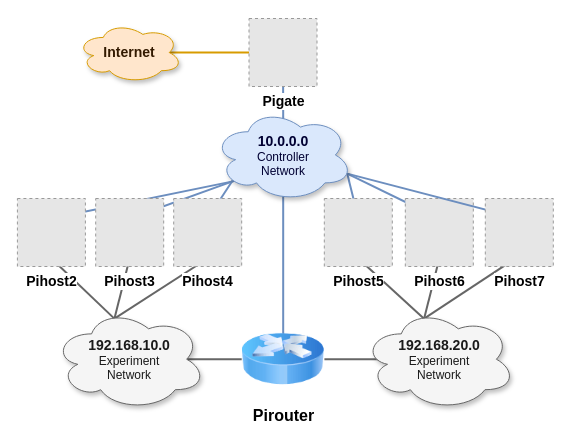
This is testbed/pi4_cluster/manual/images/network_topology.drawio from hikikones/DABE, a draw.io file, before an edit. Source tidied: cells renumbered, new cells numbered last; positions are measured from the earlier drawing's top-left corner, leaving out a move shared by most shapes. Both pictures are drawn from the tidied source at 100%, with x=0, y=0 at pixel (17, 18). Pictures stored in the file or linked from it are replaced by grey dashed boxes.
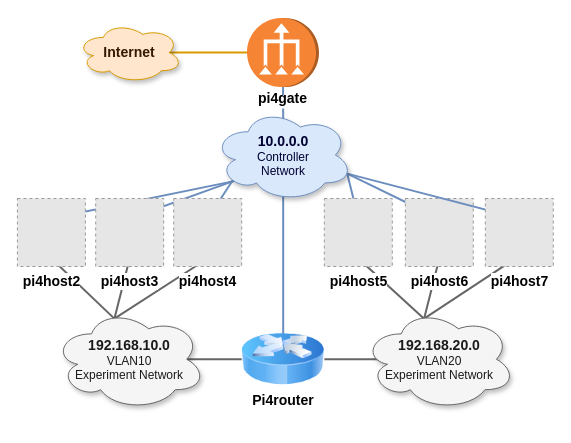
The same diagram, later.

The change refers to these unchanged cells:
```xml
<mxCell id="27" value="&lt;div&gt;&lt;font style=&quot;font-size: 14px&quot; color=&quot;#000033&quot;&gt;&lt;b&gt;&lt;font style=&quot;font-size: 14px&quot;&gt;10.0.0.0&lt;/font&gt;&lt;/b&gt;&lt;/font&gt;&lt;/div&gt;&lt;div&gt;&lt;font color=&quot;#000033&quot;&gt;Controller&lt;/font&gt;&lt;/div&gt;&lt;div&gt;&lt;font color=&quot;#000033&quot;&gt;Network&lt;br&gt;&lt;/font&gt;&lt;/div&gt;" style="ellipse;shape=cloud;whiteSpace=wrap;html=1;fillColor=#dae8fc;strokeColor=#6c8ebf;shadow=1;fontColor=#010103;labelBorderColor=none;" parent="1" vertex="1">
  <mxGeometry x="195.8" y="90" width="139.5" height="93" as="geometry" />
</mxCell>
<mxCell id="30" value="&lt;div align=&quot;center&quot;&gt;&lt;font color=&quot;#331A00&quot;&gt;&lt;b&gt;&lt;font style=&quot;font-size: 14px&quot;&gt;Internet&lt;/font&gt;&lt;/b&gt;&lt;/font&gt;&lt;/div&gt;" style="ellipse;shape=cloud;whiteSpace=wrap;html=1;align=center;fillColor=#ffe6cc;strokeColor=#d79b00;shadow=1;" parent="1" vertex="1">
  <mxGeometry x="59.4" y="3.8" width="105.5" height="60.5" as="geometry" />
</mxCell>
```

Change to the diagram source:
```diff
@@
-    <mxCell id="4" style="edgeStyle=none;rounded=0;jettySize=auto;html=1;entryX=0.501;entryY=0.323;entryDx=0;entryDy=0;entryPerimeter=0;endArrow=none;endFill=0;strokeWidth=2;fillColor=#dae8fc;strokeColor=#6c8ebf;exitX=0.502;exitY=0.735;exitDx=0;exitDy=0;exitPerimeter=0;" parent="1" edge="1" source="29" target="27">
+    <mxCell id="4" style="edgeStyle=none;rounded=0;jettySize=auto;html=1;entryX=0.501;entryY=0.323;entryDx=0;entryDy=0;entryPerimeter=0;endArrow=none;endFill=0;strokeWidth=2;fillColor=#dae8fc;strokeColor=#6c8ebf;exitX=0.502;exitY=0.735;exitDx=0;exitDy=0;exitPerimeter=0;" parent="1" edge="1" source="32" target="27">
       <mxGeometry relative="1" as="geometry" />
     </mxCell>
@@
-    <mxCell id="7" value="&lt;div style=&quot;font-size: 14px&quot; align=&quot;center&quot;&gt;&lt;font style=&quot;font-size: 14px&quot;&gt;&lt;b&gt;&lt;font style=&quot;font-size: 14px&quot;&gt;Pihost2&lt;/font&gt;&lt;/b&gt;&lt;/font&gt;&lt;/div&gt;" style="fillColor=#E6E6E6;strokeColor=#999999;dashed=1;html=1;verticalAlign=top;verticalLabelPosition=bottom;labelBackgroundColor=#ffffff;align=center;" parent="1" vertex="1">
+    <mxCell id="7" value="&lt;div style=&quot;font-size: 14px&quot; align=&quot;center&quot;&gt;&lt;font style=&quot;font-size: 14px&quot;&gt;&lt;b&gt;&lt;font style=&quot;font-size: 14px&quot;&gt;pi4host2&lt;/font&gt;&lt;/b&gt;&lt;/font&gt;&lt;/div&gt;" style="fillColor=#E6E6E6;strokeColor=#999999;dashed=1;html=1;verticalAlign=top;verticalLabelPosition=bottom;labelBackgroundColor=#ffffff;align=center;" parent="1" vertex="1">
       <mxGeometry x="-0.1" y="180" width="68" height="68" as="geometry" />
     </mxCell>
@@
-    <mxCell id="9" value="&lt;div&gt;&lt;font style=&quot;font-size: 14px&quot; color=&quot;#1A1A1A&quot;&gt;&lt;b&gt;&lt;font style=&quot;font-size: 14px&quot;&gt;192.168.10.0&lt;/font&gt;&lt;/b&gt;&lt;/font&gt;&lt;/div&gt;&lt;div&gt;&lt;font color=&quot;#1A1A1A&quot;&gt;Experiment&lt;/font&gt;&lt;/div&gt;&lt;div&gt;&lt;font color=&quot;#1A1A1A&quot;&gt;Network&lt;br&gt;&lt;/font&gt;&lt;/div&gt;" style="ellipse;shape=cloud;whiteSpace=wrap;html=1;shadow=1;fillColor=#f5f5f5;strokeColor=#666666;fontColor=#333333;" parent="1" vertex="1">
+    <mxCell id="9" value="&lt;div&gt;&lt;font style=&quot;font-size: 14px&quot; color=&quot;#1A1A1A&quot;&gt;&lt;b&gt;&lt;font style=&quot;font-size: 14px&quot;&gt;192.168.10.0&lt;/font&gt;&lt;/b&gt;&lt;/font&gt;&lt;/div&gt;&lt;div&gt;&lt;font color=&quot;#1A1A1A&quot;&gt;VLAN10&lt;/font&gt;&lt;/div&gt;&lt;div&gt;&lt;font color=&quot;#1A1A1A&quot;&gt;Experiment Network&lt;br&gt;&lt;/font&gt;&lt;/div&gt;" style="ellipse;shape=cloud;whiteSpace=wrap;html=1;shadow=1;fillColor=#f5f5f5;strokeColor=#666666;fontColor=#333333;" parent="1" vertex="1">
       <mxGeometry x="36" y="290" width="152.2" height="101.5" as="geometry" />
     </mxCell>
@@
-    <mxCell id="11" value="&lt;font style=&quot;font-size: 14px&quot;&gt;&lt;b&gt;&lt;font style=&quot;font-size: 14px&quot;&gt;Pihost3&lt;/font&gt;&lt;/b&gt;&lt;/font&gt;" style="fillColor=#E6E6E6;strokeColor=#999999;dashed=1;html=1;verticalAlign=top;verticalLabelPosition=bottom;labelBackgroundColor=#ffffff;" parent="1" vertex="1">
+    <mxCell id="11" value="&lt;font style=&quot;font-size: 14px&quot;&gt;&lt;b&gt;&lt;font style=&quot;font-size: 14px&quot;&gt;pi4host3&lt;/font&gt;&lt;/b&gt;&lt;/font&gt;" style="fillColor=#E6E6E6;strokeColor=#999999;dashed=1;html=1;verticalAlign=top;verticalLabelPosition=bottom;labelBackgroundColor=#ffffff;" parent="1" vertex="1">
       <mxGeometry x="78.2" y="180" width="68" height="68" as="geometry" />
     </mxCell>
@@
-    <mxCell id="13" value="&lt;div style=&quot;font-size: 14px&quot;&gt;&lt;font style=&quot;font-size: 14px&quot;&gt;&lt;b&gt;&lt;font style=&quot;font-size: 14px&quot;&gt;Pihost4&lt;/font&gt;&lt;/b&gt;&lt;/font&gt;&lt;/div&gt;" style="fillColor=#E6E6E6;strokeColor=#999999;dashed=1;html=1;verticalAlign=top;verticalLabelPosition=bottom;labelBackgroundColor=#ffffff;" parent="1" vertex="1">
+    <mxCell id="13" value="&lt;div style=&quot;font-size: 14px&quot;&gt;&lt;font style=&quot;font-size: 14px&quot;&gt;&lt;b&gt;&lt;font style=&quot;font-size: 14px&quot;&gt;pi4host4&lt;/font&gt;&lt;/b&gt;&lt;/font&gt;&lt;/div&gt;" style="fillColor=#E6E6E6;strokeColor=#999999;dashed=1;html=1;verticalAlign=top;verticalLabelPosition=bottom;labelBackgroundColor=#ffffff;" parent="1" vertex="1">
       <mxGeometry x="156.2" y="180" width="68" height="68" as="geometry" />
     </mxCell>
@@
-    <mxCell id="16" value="&lt;b&gt;&lt;font style=&quot;font-size: 16px&quot;&gt;Pirouter&lt;/font&gt;&lt;/b&gt;" style="image;html=1;labelBackgroundColor=#ffffff;image=img/lib/clip_art/networking/Router_Icon_128x128.png;" parent="1" vertex="1">
+    <mxCell id="16" style="image;html=1;labelBackgroundColor=#ffffff;image=img/lib/clip_art/networking/Router_Icon_128x128.png;" parent="1" vertex="1">
       <mxGeometry x="224.2" y="300.8" width="82.7" height="80" as="geometry" />
     </mxCell>
@@
-    <mxCell id="19" value="&lt;div style=&quot;font-size: 14px&quot; align=&quot;center&quot;&gt;&lt;font style=&quot;font-size: 14px&quot;&gt;&lt;b&gt;&lt;font style=&quot;font-size: 14px&quot;&gt;Pihost5&lt;/font&gt;&lt;/b&gt;&lt;/font&gt;&lt;/div&gt;" style="fillColor=#E6E6E6;strokeColor=#999999;dashed=1;html=1;verticalAlign=top;verticalLabelPosition=bottom;labelBackgroundColor=#ffffff;align=center;" parent="1" vertex="1">
+    <mxCell id="19" value="&lt;div style=&quot;font-size: 14px&quot; align=&quot;center&quot;&gt;&lt;font style=&quot;font-size: 14px&quot;&gt;&lt;b&gt;&lt;font style=&quot;font-size: 14px&quot;&gt;pi4host5&lt;/font&gt;&lt;/b&gt;&lt;/font&gt;&lt;/div&gt;" style="fillColor=#E6E6E6;strokeColor=#999999;dashed=1;html=1;verticalAlign=top;verticalLabelPosition=bottom;labelBackgroundColor=#ffffff;align=center;" parent="1" vertex="1">
       <mxGeometry x="306.8" y="180" width="68" height="68" as="geometry" />
     </mxCell>
@@
-    <mxCell id="22" value="&lt;font style=&quot;font-size: 14px&quot;&gt;&lt;b&gt;&lt;font style=&quot;font-size: 14px&quot;&gt;Pihost6&lt;/font&gt;&lt;/b&gt;&lt;/font&gt;" style="fillColor=#E6E6E6;strokeColor=#999999;dashed=1;html=1;verticalAlign=top;verticalLabelPosition=bottom;labelBackgroundColor=#ffffff;" parent="1" vertex="1">
+    <mxCell id="22" value="&lt;font style=&quot;font-size: 14px&quot;&gt;&lt;b&gt;&lt;font style=&quot;font-size: 14px&quot;&gt;pi4host6&lt;/font&gt;&lt;/b&gt;&lt;/font&gt;" style="fillColor=#E6E6E6;strokeColor=#999999;dashed=1;html=1;verticalAlign=top;verticalLabelPosition=bottom;labelBackgroundColor=#ffffff;" parent="1" vertex="1">
       <mxGeometry x="387.8" y="180" width="68" height="68" as="geometry" />
     </mxCell>
@@
-    <mxCell id="25" value="&lt;div style=&quot;font-size: 14px&quot;&gt;&lt;font style=&quot;font-size: 14px&quot;&gt;&lt;b&gt;&lt;font style=&quot;font-size: 14px&quot;&gt;Pihost7&lt;/font&gt;&lt;/b&gt;&lt;/font&gt;&lt;/div&gt;" style="fillColor=#E6E6E6;strokeColor=#999999;dashed=1;html=1;verticalAlign=top;verticalLabelPosition=bottom;labelBackgroundColor=#ffffff;" parent="1" vertex="1">
+    <mxCell id="25" value="&lt;div style=&quot;font-size: 14px&quot;&gt;&lt;font style=&quot;font-size: 14px&quot;&gt;&lt;b&gt;&lt;font style=&quot;font-size: 14px&quot;&gt;pi4host7&lt;/font&gt;&lt;/b&gt;&lt;/font&gt;&lt;/div&gt;" style="fillColor=#E6E6E6;strokeColor=#999999;dashed=1;html=1;verticalAlign=top;verticalLabelPosition=bottom;labelBackgroundColor=#ffffff;" parent="1" vertex="1">
       <mxGeometry x="467.8" y="180" width="68" height="68" as="geometry" />
     </mxCell>
-    <mxCell id="26" value="&lt;div&gt;&lt;font style=&quot;font-size: 14px&quot; color=&quot;#1A1A1A&quot;&gt;&lt;b&gt;&lt;font style=&quot;font-size: 14px&quot;&gt;192.168.20.0&lt;/font&gt;&lt;/b&gt;&lt;/font&gt;&lt;/div&gt;&lt;div&gt;&lt;font color=&quot;#1A1A1A&quot;&gt;Experiment&lt;/font&gt;&lt;/div&gt;&lt;div&gt;&lt;font color=&quot;#1A1A1A&quot;&gt;Network&lt;br&gt;&lt;/font&gt;&lt;/div&gt;" style="ellipse;shape=cloud;whiteSpace=wrap;html=1;fillColor=#f5f5f5;strokeColor=#666666;fontColor=#333333;shadow=1;" parent="1" vertex="1">
+    <mxCell id="26" value="&lt;div&gt;&lt;font style=&quot;font-size: 14px&quot; color=&quot;#1A1A1A&quot;&gt;&lt;b&gt;&lt;font style=&quot;font-size: 14px&quot;&gt;192.168.20.0&lt;/font&gt;&lt;/b&gt;&lt;/font&gt;&lt;/div&gt;&lt;div&gt;&lt;font color=&quot;#1A1A1A&quot;&gt;VLAN20&lt;br&gt;&lt;/font&gt;&lt;/div&gt;&lt;div&gt;&lt;font color=&quot;#1A1A1A&quot;&gt;Experiment Network&lt;br&gt;&lt;/font&gt;&lt;/div&gt;" style="ellipse;shape=cloud;whiteSpace=wrap;html=1;fillColor=#f5f5f5;strokeColor=#666666;fontColor=#333333;shadow=1;" parent="1" vertex="1">
       <mxGeometry x="345.7" y="290" width="152.2" height="101.5" as="geometry" />
     </mxCell>
@@
-    <mxCell id="28" style="edgeStyle=none;rounded=0;jettySize=auto;html=1;exitX=0.316;exitY=0.5;exitDx=0;exitDy=0;entryX=0.875;entryY=0.5;entryDx=0;entryDy=0;entryPerimeter=0;endArrow=none;endFill=0;strokeWidth=2;fillColor=#ffe6cc;strokeColor=#d79b00;exitPerimeter=0;" parent="1" edge="1" source="29" target="30">
-      <mxGeometry relative="1" as="geometry" />
+    <mxCell id="28" style="edgeStyle=none;rounded=0;jettySize=auto;html=1;exitX=0.316;exitY=0.5;exitDx=0;exitDy=0;entryX=0.875;entryY=0.5;entryDx=0;entryDy=0;entryPerimeter=0;endArrow=none;endFill=0;strokeWidth=2;fillColor=#ffe6cc;strokeColor=#d79b00;exitPerimeter=0;" parent="1" edge="1" target="30">
+      <mxGeometry relative="1" as="geometry">
+        <mxPoint x="253" y="34" as="sourcePoint" />
+      </mxGeometry>
     </mxCell>
-    <mxCell id="29" value="&lt;b&gt;&lt;font style=&quot;font-size: 14px&quot;&gt;Pigate&lt;/font&gt;&lt;/b&gt;" style="fillColor=#E6E6E6;strokeColor=#999999;dashed=1;html=1;verticalAlign=top;verticalLabelPosition=bottom;labelBackgroundColor=#ffffff;" parent="1" vertex="1">
-      <mxGeometry x="231.5" width="68" height="68" as="geometry" />
-    </mxCell>
@@
+    <mxCell id="31" value="&lt;div&gt;&lt;font style=&quot;font-size: 14px&quot;&gt;&lt;b&gt;Pi4router&lt;/b&gt;&lt;/font&gt;&lt;/div&gt;" style="text;html=1;strokeColor=none;fillColor=#ffffff;align=center;verticalAlign=middle;whiteSpace=wrap;rounded=0;" parent="1" vertex="1">
+      <mxGeometry x="226.8" y="371.5" width="77.5" height="20" as="geometry" />
+    </mxCell>
+    <mxCell id="32" value="&lt;font style=&quot;font-size: 14px&quot;&gt;&lt;b&gt;pi4gate&lt;/b&gt;&lt;/font&gt;" style="text;html=1;align=center;verticalAlign=middle;whiteSpace=wrap;rounded=0;fillColor=#ffffff;" parent="1" vertex="1">
+      <mxGeometry x="228" y="70" width="75" height="20" as="geometry" />
+    </mxCell>
+    <mxCell id="33" style="edgeStyle=none;rounded=0;jettySize=auto;html=1;entryX=0.501;entryY=0.323;entryDx=0;entryDy=0;entryPerimeter=0;endArrow=none;endFill=0;strokeWidth=2;fillColor=#dae8fc;strokeColor=#6c8ebf;exitX=0.502;exitY=0.735;exitDx=0;exitDy=0;exitPerimeter=0;" parent="1" edge="1" target="32">
+      <mxGeometry relative="1" as="geometry">
+        <mxPoint x="265.6" y="50" as="sourcePoint" />
+      </mxGeometry>
+    </mxCell>
+    <mxCell id="34" style="dashed=0;verticalLabelPosition=top;verticalAlign=bottom;align=center;html=1;shape=mxgraph.aws3.vpc_nat_gateway;fillColor=#F58534;gradientColor=none;rotation=-90;labelPosition=center;direction=east;" parent="1" vertex="1">
+      <mxGeometry x="231" y="-2" width="69" height="72" as="geometry" />
+    </mxCell>
```
